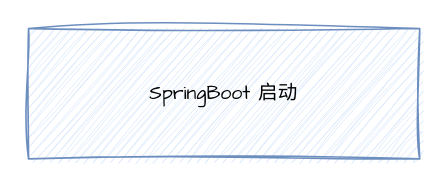
The draw.io diagram github.drawio in annamaple/draw.io, before the edit. Source tidied: cells renumbered, new cells numbered last; positions are measured from the earlier drawing's top-left corner, leaving out a move shared by most shapes. Both pictures are drawn from the tidied source at 163%, with x=0, y=0 at pixel (28, 28).
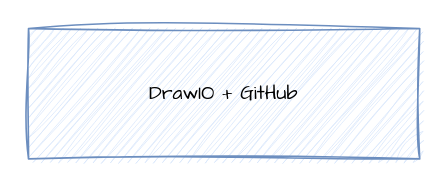
Above is the later version.

What changed in the source:
```diff
@@
 <mxGraphModel>
   <root>
     <mxCell id="0" />
     <mxCell id="1" parent="0" />
-    <mxCell id="2" value="&lt;font face=&quot;Comic Sans MS&quot;&gt;SpringBoot 启动&lt;/font&gt;" style="rounded=0;whiteSpace=wrap;html=1;glass=0;sketch=1;curveFitting=1;jiggle=2;fillColor=#dae8fc;strokeColor=#6c8ebf;" parent="1" vertex="1">
+    <mxCell id="2" value="&lt;font face=&quot;Comic Sans MS&quot;&gt;DrawIO + GitHub&lt;/font&gt;" style="rounded=0;whiteSpace=wrap;html=1;glass=0;sketch=1;curveFitting=1;jiggle=2;fillColor=#dae8fc;strokeColor=#6c8ebf;" parent="1" vertex="1">
       <mxGeometry width="240" height="80" as="geometry" />
     </mxCell>
   </root>
 </mxGraphModel>
```
